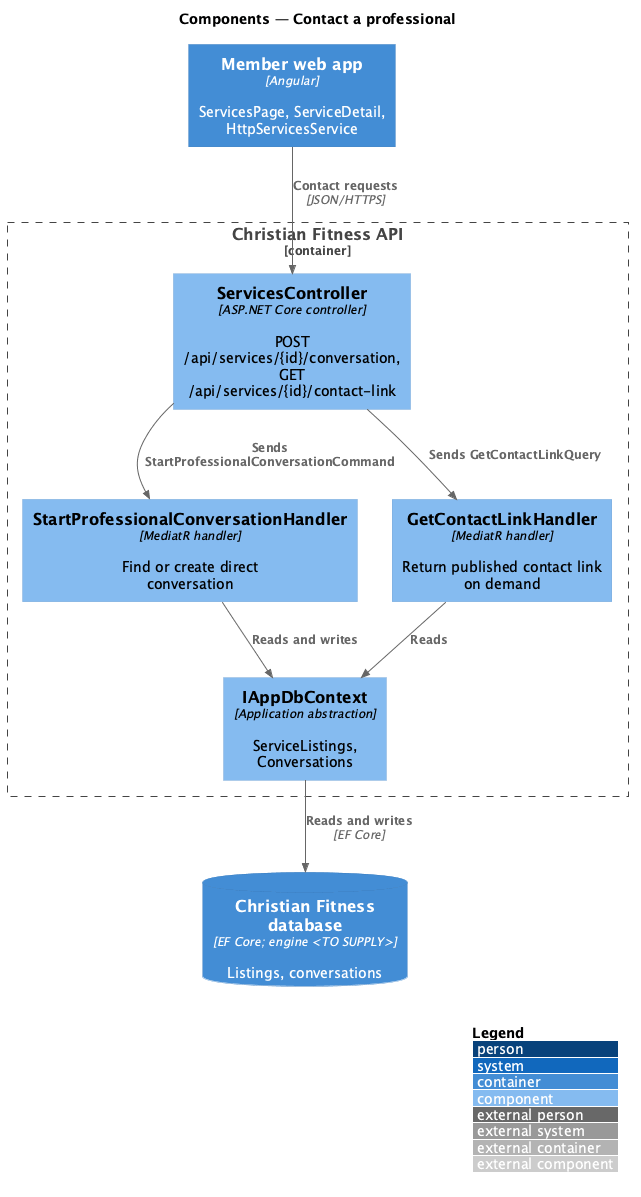
The PlantUML diagram docs/detailed-designs/services/contact-professional/diagrams/c4-component.png in QuinntyneBrown/christian-fitness, before a commit. Source of this version:
```plantuml
@startuml
!include <C4/C4_Component>
LAYOUT_WITH_LEGEND()
title Components — Contact a professional

Container(web, "Member web app", "Angular", "ServicesPage, ServiceDetail, HttpServicesService")
Container_Boundary(api, "Christian Fitness API") {
  Component(ctrl, "ServicesController", "ASP.NET Core controller", "POST /api/services/{id}/conversation, GET /api/services/{id}/contact-link")
  Component(sh, "StartProfessionalConversationHandler", "MediatR handler", "Find or create direct conversation")
  Component(lh, "GetContactLinkHandler", "MediatR handler", "Return published contact link on demand")
  Component(ctx, "IAppDbContext", "Application abstraction", "ServiceListings, Conversations")
}
ContainerDb(db, "Christian Fitness database", "EF Core; engine <TO SUPPLY>", "Listings, conversations")
Rel(web, ctrl, "Contact requests", "JSON/HTTPS")
Rel(ctrl, sh, "Sends StartProfessionalConversationCommand")
Rel(ctrl, lh, "Sends GetContactLinkQuery")
Rel(sh, ctx, "Reads and writes")
Rel(lh, ctx, "Reads")
Rel(ctx, db, "Reads and writes", "EF Core")
@enduml
```
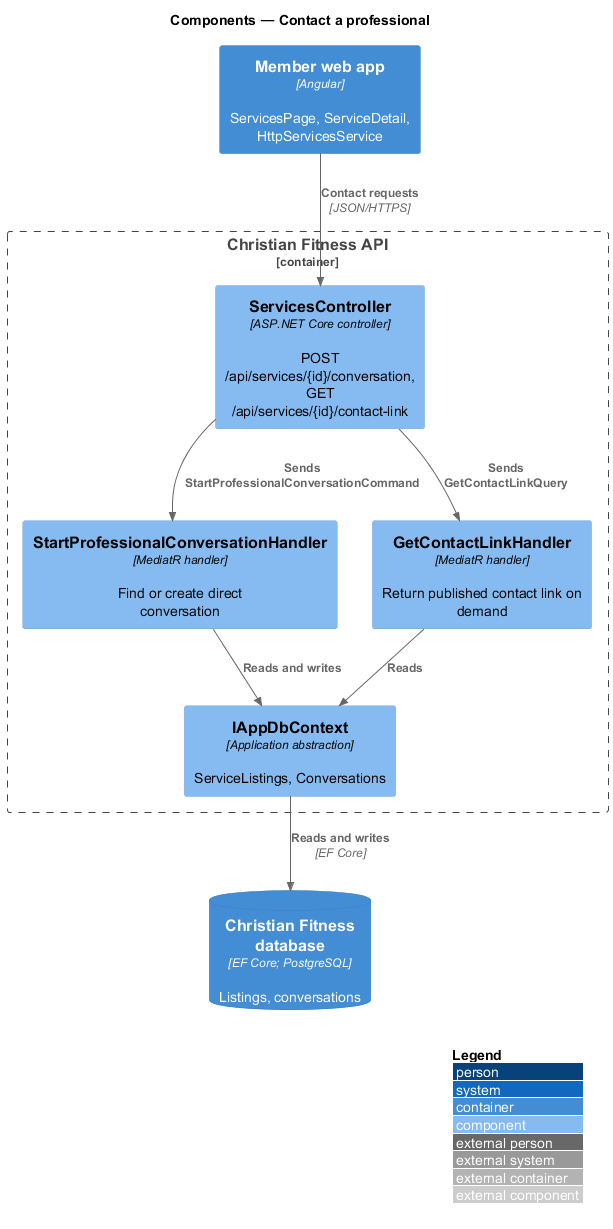
The same file after the commit.

What changed in the source:
```diff
@@ -10,7 +10,7 @@
   Component(lh, "GetContactLinkHandler", "MediatR handler", "Return published contact link on demand")
   Component(ctx, "IAppDbContext", "Application abstraction", "ServiceListings, Conversations")
 }
-ContainerDb(db, "Christian Fitness database", "EF Core; engine <TO SUPPLY>", "Listings, conversations")
+ContainerDb(db, "Christian Fitness database", "EF Core; PostgreSQL", "Listings, conversations")
 Rel(web, ctrl, "Contact requests", "JSON/HTTPS")
 Rel(ctrl, sh, "Sends StartProfessionalConversationCommand")
 Rel(ctrl, lh, "Sends GetContactLinkQuery")
```
